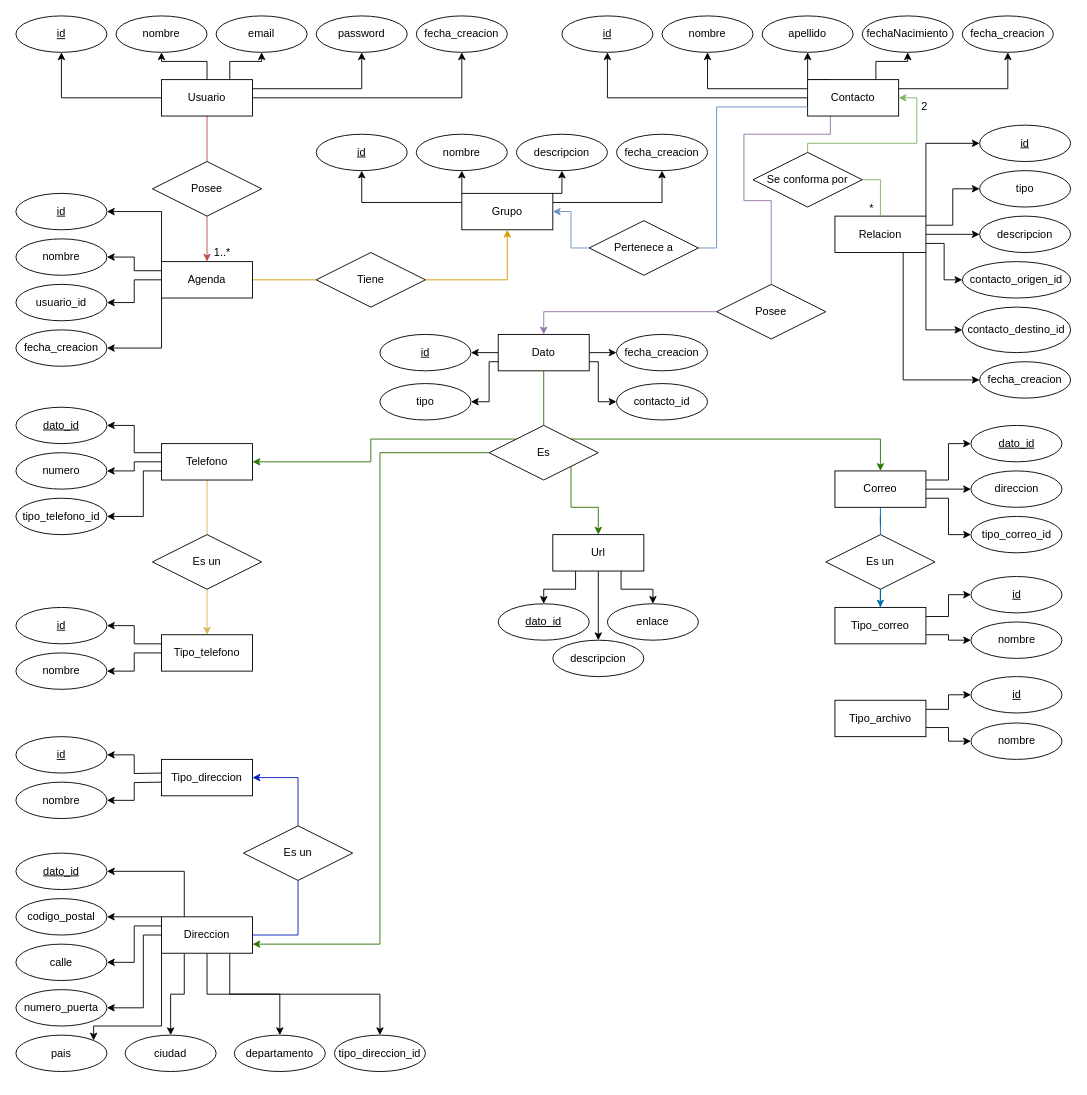
Before: Diagrama sin título.drawio in clara-s-n/ejercicio_sobre_repositorios, a draw.io diagram. Source tidied: cells renumbered, new cells numbered last; positions are measured from the earlier drawing's top-left corner, leaving out a move shared by most shapes. Both pictures are drawn from the tidied source at 91%, with x=0, y=0 at pixel (15, 15).
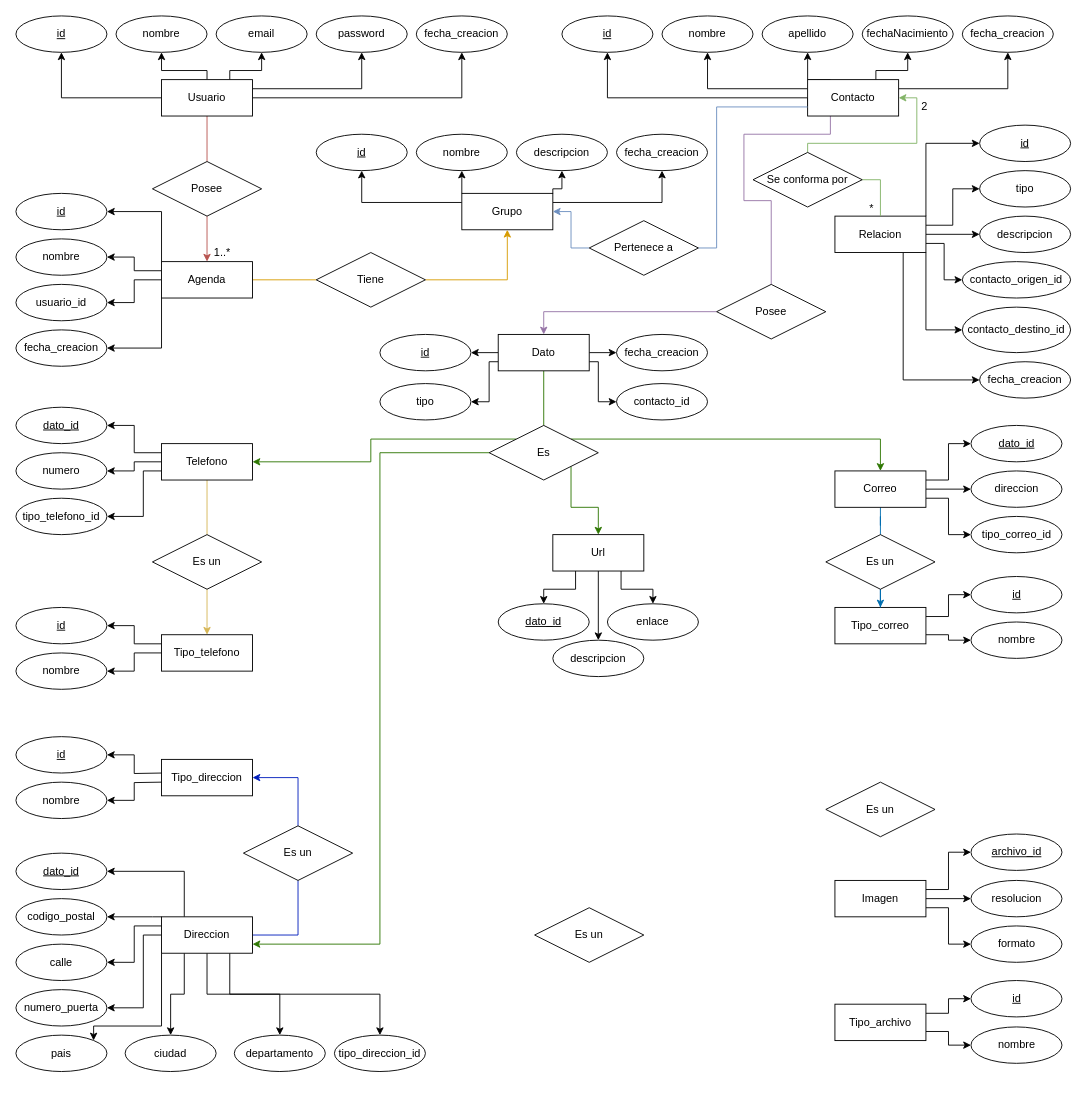
After the change.

The change refers to these unchanged cells:
```xml
<mxCell id="8" value="Usuario" style="whiteSpace=wrap;html=1;align=center;" parent="1" vertex="1">
  <mxGeometry x="160" y="70" width="100" height="40" as="geometry" />
</mxCell>
<mxCell id="10" value="email" style="ellipse;whiteSpace=wrap;html=1;align=center;" parent="1" vertex="1">
  <mxGeometry x="220" width="100" height="40" as="geometry" />
</mxCell>
<mxCell id="11" value="nombre" style="ellipse;whiteSpace=wrap;html=1;align=center;" parent="1" vertex="1">
  <mxGeometry x="110" width="100" height="40" as="geometry" />
</mxCell>
<mxCell id="29" value="Contacto" style="whiteSpace=wrap;html=1;align=center;" parent="1" vertex="1">
  <mxGeometry x="870" y="70" width="100" height="40" as="geometry" />
</mxCell>
<mxCell id="35" value="fechaNacimiento" style="ellipse;whiteSpace=wrap;html=1;align=center;" parent="1" vertex="1">
  <mxGeometry x="930" width="100" height="40" as="geometry" />
</mxCell>
<mxCell id="61" value="Grupo" style="whiteSpace=wrap;html=1;align=center;" parent="1" vertex="1">
  <mxGeometry x="490" y="195" width="100" height="40" as="geometry" />
</mxCell>
<mxCell id="64" value="descripcion" style="ellipse;whiteSpace=wrap;html=1;align=center;" parent="1" vertex="1">
  <mxGeometry x="550" y="130" width="100" height="40" as="geometry" />
</mxCell>
```

Diff of the diagram source:
```diff
@@
     <mxCell id="4" style="edgeStyle=orthogonalEdgeStyle;rounded=0;jettySize=auto;html=1;exitX=0.5;exitY=0;exitDx=0;exitDy=0;entryX=0.5;entryY=1;entryDx=0;entryDy=0;" parent="1" edge="1" source="8" target="11">
-      <mxGeometry relative="1" as="geometry" />
+      <mxGeometry relative="1" as="geometry">
+        <Array as="points">
+          <mxPoint x="210" y="60" />
+          <mxPoint x="160" y="60" />
+        </Array>
+      </mxGeometry>
     </mxCell>
@@
     <mxCell id="7" style="edgeStyle=orthogonalEdgeStyle;rounded=0;jettySize=auto;html=1;exitX=0.75;exitY=0;exitDx=0;exitDy=0;entryX=0.5;entryY=1;entryDx=0;entryDy=0;" parent="1" edge="1" source="8" target="10">
-      <mxGeometry relative="1" as="geometry" />
+      <mxGeometry relative="1" as="geometry">
+        <Array as="points">
+          <mxPoint x="235" y="60" />
+          <mxPoint x="270" y="60" />
+        </Array>
+      </mxGeometry>
     </mxCell>
@@
     <mxCell id="23" style="edgeStyle=orthogonalEdgeStyle;rounded=0;jettySize=auto;html=1;exitX=0.75;exitY=0;exitDx=0;exitDy=0;entryX=0.5;entryY=1;entryDx=0;entryDy=0;" parent="1" edge="1" source="29" target="35">
-      <mxGeometry relative="1" as="geometry" />
+      <mxGeometry relative="1" as="geometry">
+        <Array as="points">
+          <mxPoint x="945" y="60" />
+          <mxPoint x="980" y="60" />
+        </Array>
+      </mxGeometry>
     </mxCell>
@@
     <mxCell id="59" style="edgeStyle=orthogonalEdgeStyle;rounded=0;jettySize=auto;html=1;exitX=1;exitY=0;exitDx=0;exitDy=0;entryX=0.5;entryY=1;entryDx=0;entryDy=0;" parent="1" edge="1" source="61" target="64">
-      <mxGeometry relative="1" as="geometry" />
+      <mxGeometry relative="1" as="geometry">
+        <Array as="points">
+          <mxPoint x="590" y="190" />
+          <mxPoint x="600" y="190" />
+        </Array>
+      </mxGeometry>
     </mxCell>
@@
     <mxCell id="153" value="Tipo_archivo" style="whiteSpace=wrap;html=1;align=center;" parent="1" vertex="1">
-      <mxGeometry x="900" y="752" width="100" height="40" as="geometry" />
+      <mxGeometry x="900" y="1086" width="100" height="40" as="geometry" />
     </mxCell>
     <mxCell id="154" value="id" style="ellipse;whiteSpace=wrap;html=1;align=center;fontStyle=4;" parent="1" vertex="1">
-      <mxGeometry x="1049.5" y="726" width="100" height="40" as="geometry" />
+      <mxGeometry x="1049.5" y="1060" width="100" height="40" as="geometry" />
     </mxCell>
     <mxCell id="155" value="nombre" style="ellipse;whiteSpace=wrap;html=1;align=center;" parent="1" vertex="1">
-      <mxGeometry x="1049.5" y="777" width="100" height="40" as="geometry" />
+      <mxGeometry x="1049.5" y="1111" width="100" height="40" as="geometry" />
     </mxCell>
+    <mxCell id="156" value="Es un" style="shape=rhombus;perimeter=rhombusPerimeter;whiteSpace=wrap;html=1;align=center;" parent="1" vertex="1">
+      <mxGeometry x="570" y="980" width="120" height="60" as="geometry" />
+    </mxCell>
+    <mxCell id="157" value="Es un" style="shape=rhombus;perimeter=rhombusPerimeter;whiteSpace=wrap;html=1;align=center;" parent="1" vertex="1">
+      <mxGeometry x="890" y="842" width="120" height="60" as="geometry" />
+    </mxCell>
+    <mxCell id="158" style="edgeStyle=orthogonalEdgeStyle;rounded=0;jettySize=auto;html=1;exitX=1;exitY=0.25;exitDx=0;exitDy=0;entryX=0;entryY=0.5;entryDx=0;entryDy=0;" parent="1" edge="1" source="161" target="162">
+      <mxGeometry relative="1" as="geometry" />
+    </mxCell>
+    <mxCell id="159" style="edgeStyle=orthogonalEdgeStyle;rounded=0;jettySize=auto;html=1;exitX=1;exitY=0.75;exitDx=0;exitDy=0;entryX=0;entryY=0.5;entryDx=0;entryDy=0;" parent="1" edge="1" source="161" target="164">
+      <mxGeometry relative="1" as="geometry" />
+    </mxCell>
+    <mxCell id="160" style="edgeStyle=orthogonalEdgeStyle;rounded=0;jettySize=auto;html=1;exitX=1;exitY=0.5;exitDx=0;exitDy=0;entryX=0;entryY=0.5;entryDx=0;entryDy=0;" parent="1" edge="1" source="161" target="163">
+      <mxGeometry relative="1" as="geometry" />
+    </mxCell>
+    <mxCell id="161" value="Imagen" style="whiteSpace=wrap;html=1;align=center;" parent="1" vertex="1">
+      <mxGeometry x="900" y="950" width="100" height="40" as="geometry" />
+    </mxCell>
+    <mxCell id="162" value="archivo_id" style="ellipse;whiteSpace=wrap;html=1;align=center;fontStyle=4;" parent="1" vertex="1">
+      <mxGeometry x="1049.5" y="899" width="100" height="40" as="geometry" />
+    </mxCell>
+    <mxCell id="163" value="resolucion" style="ellipse;whiteSpace=wrap;html=1;align=center;" parent="1" vertex="1">
+      <mxGeometry x="1049.5" y="950" width="100" height="40" as="geometry" />
+    </mxCell>
+    <mxCell id="164" value="formato" style="ellipse;whiteSpace=wrap;html=1;align=center;" parent="1" vertex="1">
+      <mxGeometry x="1049.5" y="1000" width="100" height="40" as="geometry" />
+    </mxCell>
```
